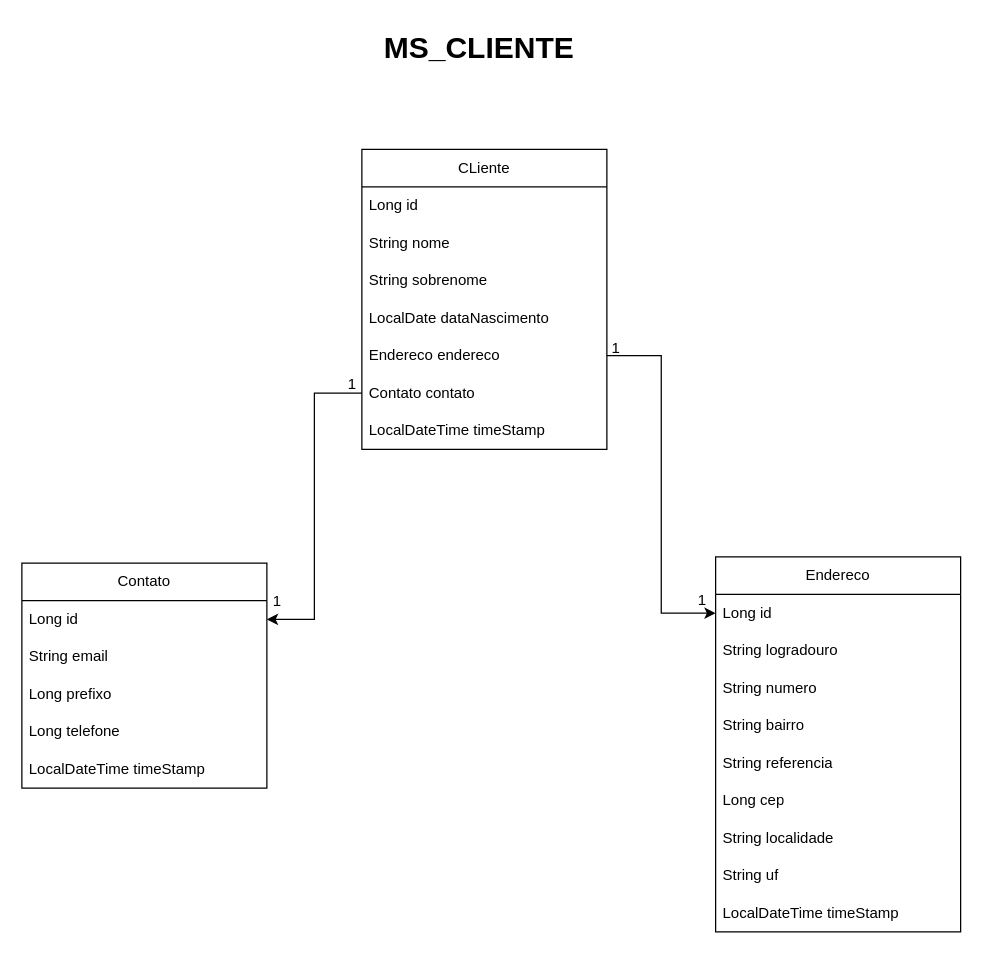
Above: page "Diagrama de entidade e relacionamento MS_Cliente" (2 of 4) of Doc/Diagrama de Entidade e Relacionamento.drawio in marcelquin/new-Backend-project-Services-FullStack (draw.io), before the change. Source tidied: cells renumbered, new cells numbered last; positions are measured from the earlier drawing's top-left corner, leaving out a move shared by most shapes. Both pictures are drawn from the tidied source at 125%, with x=0, y=0 at pixel (21, 21).
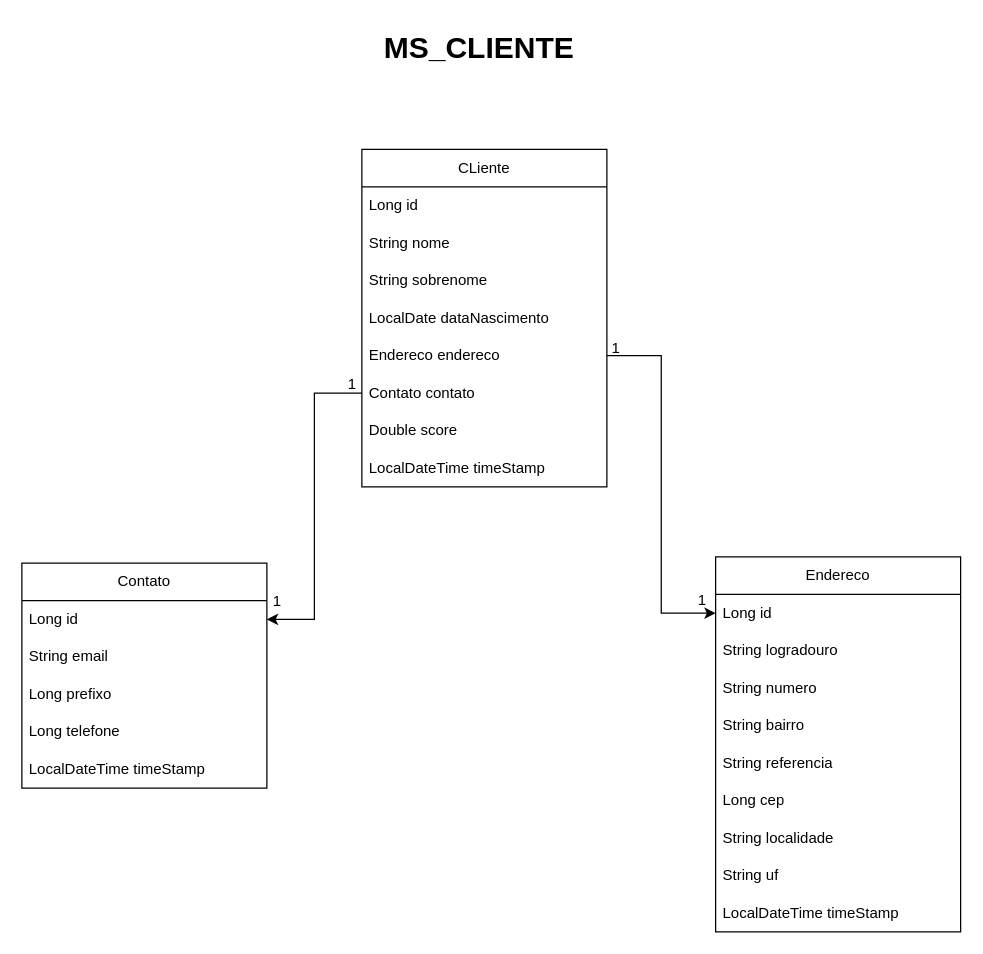
The same page after the edit.

Change to the diagram source:
```diff
@@
     <mxCell id="2" value="CLiente" style="swimlane;fontStyle=0;horizontal=1;startSize=30;whiteSpace=wrap;html=1;" parent="1" vertex="1">
-      <mxGeometry x="272" y="102" width="196" height="240" as="geometry" />
+      <mxGeometry x="272" y="102" width="196" height="270" as="geometry" />
     </mxCell>
@@
-    <mxCell id="9" value="LocalDateTime timeStamp" style="text;strokeColor=none;fillColor=none;align=left;verticalAlign=middle;spacingLeft=4;spacingRight=4;overflow=hidden;whiteSpace=wrap;html=1;" parent="2" vertex="1">
+    <mxCell id="9" value="Double score" style="text;strokeColor=none;fillColor=none;align=left;verticalAlign=middle;spacingLeft=4;spacingRight=4;overflow=hidden;whiteSpace=wrap;html=1;" parent="2" vertex="1">
       <mxGeometry y="210" width="196" height="30" as="geometry" />
     </mxCell>
+    <mxCell id="33" value="LocalDateTime timeStamp" style="text;strokeColor=none;fillColor=none;align=left;verticalAlign=middle;spacingLeft=4;spacingRight=4;overflow=hidden;whiteSpace=wrap;html=1;" parent="2" vertex="1">
+      <mxGeometry y="240" width="196" height="30" as="geometry" />
+    </mxCell>
```
